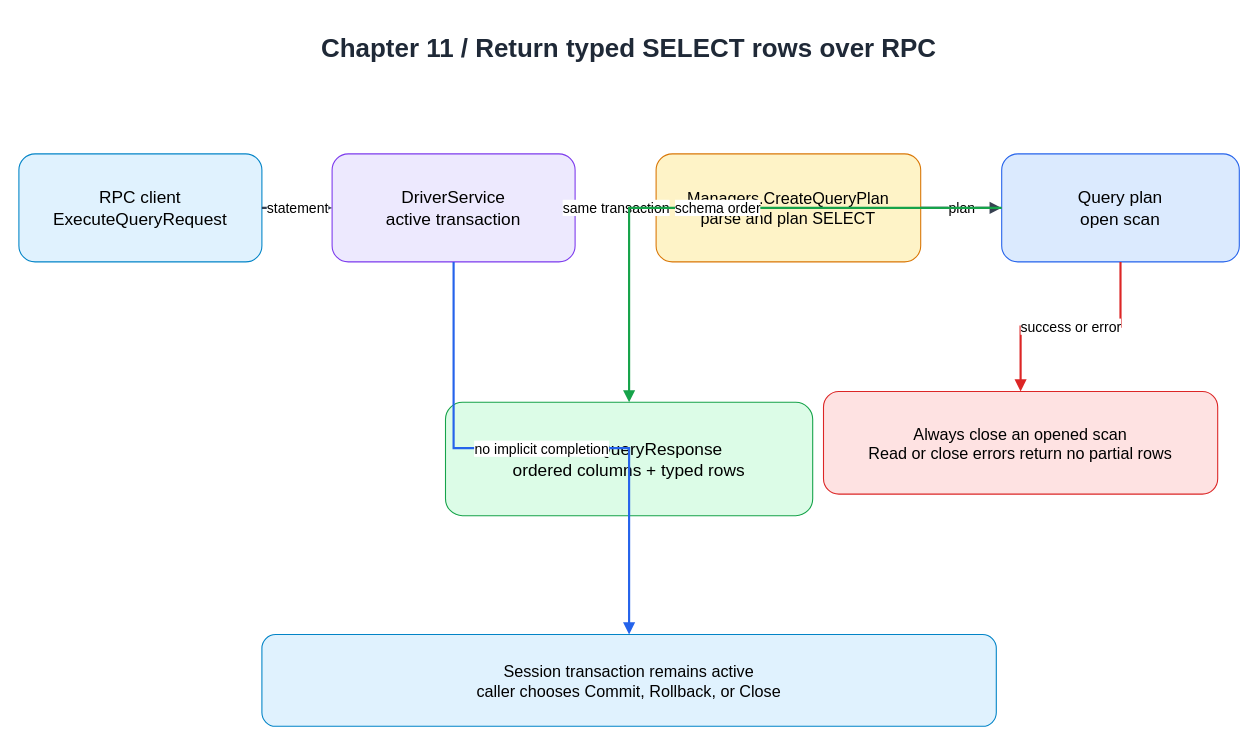
Above: docs/diagrams/ch11-network-rpc-query.drawio in Rwatana/simledb_in_go (draw.io), before the change. Source tidied: cells renumbered, new cells numbered last; positions are measured from the earlier drawing's top-left corner, leaving out a move shared by most shapes. Both pictures are drawn from the tidied source at 108%, with x=0, y=0 at pixel (18, 18).
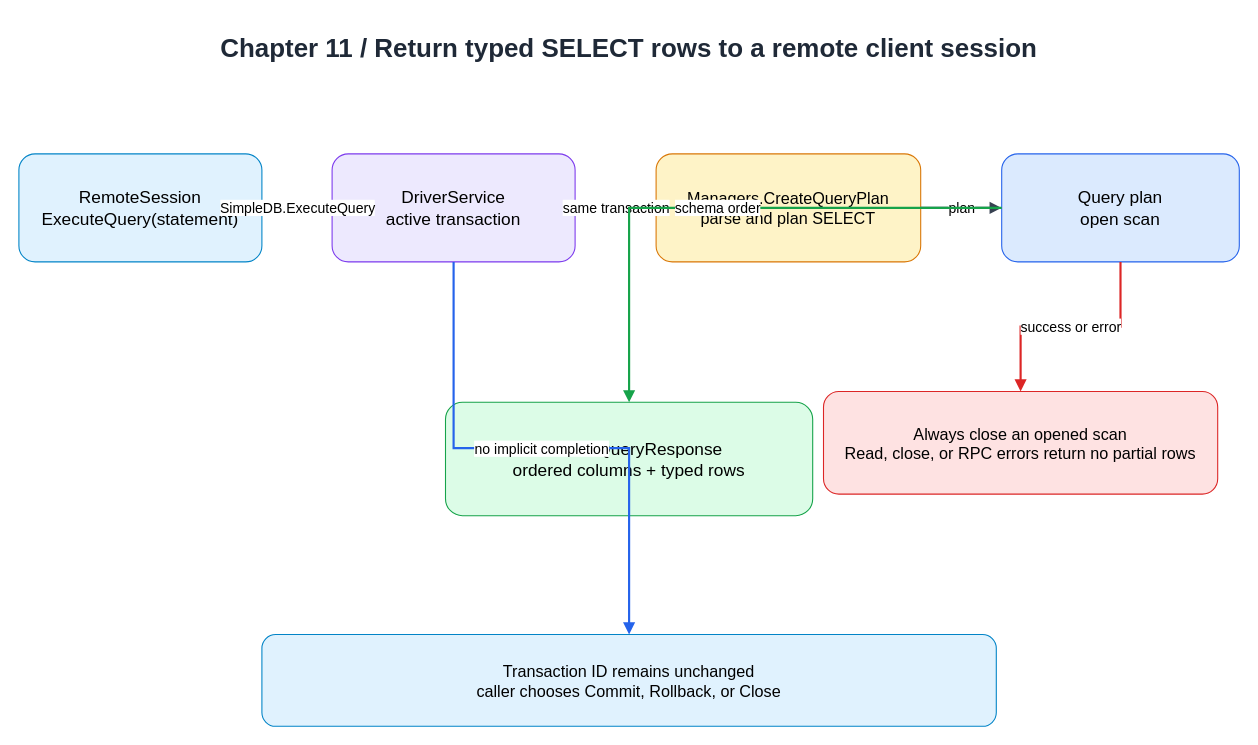
Above is the later version.

Commit message (it also covers changes not shown here):
feat: execute remote SQL queries from client sessions (#1183)

Diff of the diagram source:
```diff
@@
 <mxGraphModel>
   <root>
     <mxCell id="0" />
     <mxCell id="1" parent="0" />
-    <mxCell id="2" value="Chapter 11 / Return typed SELECT rows over RPC" style="text;html=1;align=center;verticalAlign=middle;whiteSpace=wrap;rounded=0;fontSize=24;fontStyle=1;fontColor=#1f2937;" parent="1" vertex="1">
+    <mxCell id="2" value="Chapter 11 / Return typed SELECT rows to a remote client session" style="text;html=1;align=center;verticalAlign=middle;whiteSpace=wrap;rounded=0;fontSize=24;fontStyle=1;fontColor=#1f2937;" parent="1" vertex="1">
       <mxGeometry x="45" width="1040" height="55" as="geometry" />
     </mxCell>
-    <mxCell id="3" value="RPC client&#10;ExecuteQueryRequest" style="rounded=1;whiteSpace=wrap;html=1;fillColor=#e0f2fe;strokeColor=#0284c7;fontSize=16;" parent="1" vertex="1">
+    <mxCell id="3" value="RemoteSession&#10;ExecuteQuery(statement)" style="rounded=1;whiteSpace=wrap;html=1;fillColor=#e0f2fe;strokeColor=#0284c7;fontSize=16;" parent="1" vertex="1">
       <mxGeometry y="125" width="225" height="100" as="geometry" />
     </mxCell>
     <mxCell id="4" value="DriverService&#10;active transaction" style="rounded=1;whiteSpace=wrap;html=1;fillColor=#ede9fe;strokeColor=#7c3aed;fontSize=16;" parent="1" vertex="1">
       <mxGeometry x="290" y="125" width="225" height="100" as="geometry" />
     </mxCell>
     <mxCell id="5" value="Managers.CreateQueryPlan&#10;parse and plan SELECT" style="rounded=1;whiteSpace=wrap;html=1;fillColor=#fef3c7;strokeColor=#d97706;fontSize=15;" parent="1" vertex="1">
       <mxGeometry x="590" y="125" width="245" height="100" as="geometry" />
     </mxCell>
     <mxCell id="6" value="Query plan&#10;open scan" style="rounded=1;whiteSpace=wrap;html=1;fillColor=#dbeafe;strokeColor=#2563eb;fontSize=16;" parent="1" vertex="1">
       <mxGeometry x="910" y="125" width="220" height="100" as="geometry" />
     </mxCell>
     <mxCell id="7" value="ExecuteQueryResponse&#10;ordered columns + typed rows" style="rounded=1;whiteSpace=wrap;html=1;fillColor=#dcfce7;strokeColor=#16a34a;fontSize=16;" parent="1" vertex="1">
       <mxGeometry x="395" y="355" width="340" height="105" as="geometry" />
     </mxCell>
-    <mxCell id="8" value="Always close an opened scan&#10;Read or close errors return no partial rows" style="rounded=1;whiteSpace=wrap;html=1;fillColor=#fee2e2;strokeColor=#dc2626;fontSize=15;" parent="1" vertex="1">
+    <mxCell id="8" value="Always close an opened scan&#10;Read, close, or RPC errors return no partial rows" style="rounded=1;whiteSpace=wrap;html=1;fillColor=#fee2e2;strokeColor=#dc2626;fontSize=15;" parent="1" vertex="1">
       <mxGeometry x="745" y="345" width="365" height="95" as="geometry" />
     </mxCell>
-    <mxCell id="9" value="Session transaction remains active&#10;caller chooses Commit, Rollback, or Close" style="rounded=1;whiteSpace=wrap;html=1;fillColor=#e0f2fe;strokeColor=#0284c7;fontSize=15;" parent="1" vertex="1">
+    <mxCell id="9" value="Transaction ID remains unchanged&#10;caller chooses Commit, Rollback, or Close" style="rounded=1;whiteSpace=wrap;html=1;fillColor=#e0f2fe;strokeColor=#0284c7;fontSize=15;" parent="1" vertex="1">
       <mxGeometry x="225" y="570" width="680" height="85" as="geometry" />
     </mxCell>
-    <mxCell id="10" value="statement" style="edgeStyle=orthogonalEdgeStyle;rounded=0;jettySize=auto;html=1;endArrow=block;endFill=1;strokeColor=#374151;strokeWidth=2;fontSize=13;" parent="1" edge="1" source="3" target="4">
+    <mxCell id="10" value="SimpleDB.ExecuteQuery" style="edgeStyle=orthogonalEdgeStyle;rounded=0;jettySize=auto;html=1;endArrow=block;endFill=1;strokeColor=#374151;strokeWidth=2;fontSize=13;" parent="1" edge="1" source="3" target="4">
       <mxGeometry relative="1" as="geometry" />
     </mxCell>
     <mxCell id="11" value="same transaction" style="edgeStyle=orthogonalEdgeStyle;rounded=0;jettySize=auto;html=1;endArrow=block;endFill=1;strokeColor=#374151;strokeWidth=2;fontSize=13;" parent="1" edge="1" source="4" target="5">
       <mxGeometry relative="1" as="geometry" />
     </mxCell>
     <mxCell id="12" value="plan" style="edgeStyle=orthogonalEdgeStyle;rounded=0;jettySize=auto;html=1;endArrow=block;endFill=1;strokeColor=#374151;strokeWidth=2;fontSize=13;" parent="1" edge="1" source="5" target="6">
       <mxGeometry relative="1" as="geometry" />
     </mxCell>
     <mxCell id="13" value="schema order" style="edgeStyle=orthogonalEdgeStyle;rounded=0;jettySize=auto;html=1;endArrow=block;endFill=1;strokeColor=#16a34a;strokeWidth=2;fontSize=13;" parent="1" edge="1" source="6" target="7">
       <mxGeometry relative="1" as="geometry" />
     </mxCell>
     <mxCell id="14" value="no implicit completion" style="edgeStyle=orthogonalEdgeStyle;rounded=0;jettySize=auto;html=1;endArrow=block;endFill=1;strokeColor=#2563eb;strokeWidth=2;fontSize=13;" parent="1" edge="1" source="4" target="9">
       <mxGeometry relative="1" as="geometry" />
     </mxCell>
     <mxCell id="15" value="success or error" style="edgeStyle=orthogonalEdgeStyle;rounded=0;jettySize=auto;html=1;endArrow=block;endFill=1;strokeColor=#dc2626;strokeWidth=2;fontSize=13;" parent="1" edge="1" source="6" target="8">
       <mxGeometry relative="1" as="geometry" />
     </mxCell>
   </root>
 </mxGraphModel>
```
